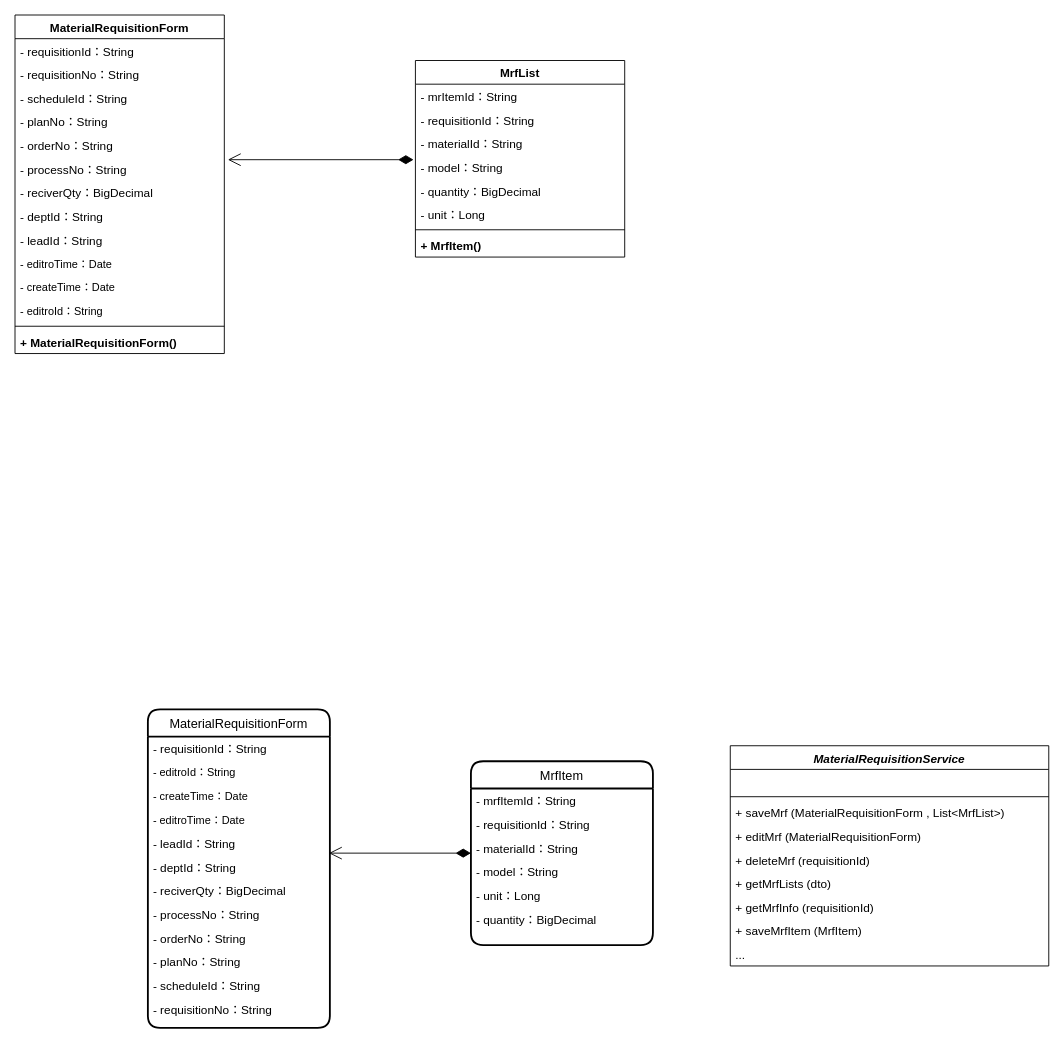
Above: page "领料单" (3 of 4) of 类图.drawio in KNAI-I/test (draw.io), before the change. Source tidied: cells renumbered, new cells numbered last; positions are measured from the earlier drawing's top-left corner, leaving out a move shared by most shapes. Both pictures are drawn from the tidied source at 91%, with x=0, y=0 at pixel (15, 15).
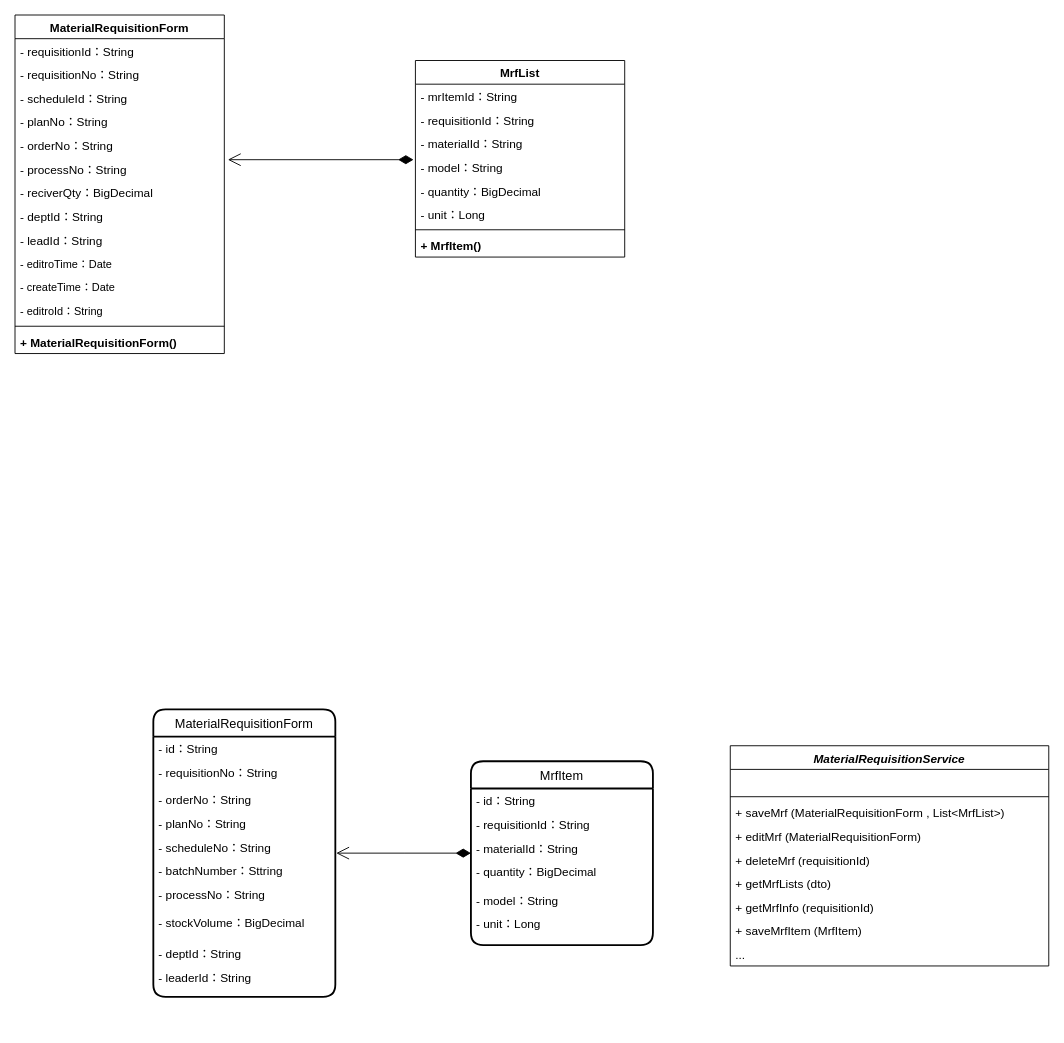
The same diagram, later.

Unchanged cells that the change refers to:
```xml
<mxCell id="40" value="MrfItem" style="swimlane;horizontal=1;startSize=30;rounded=1;fontSize=14;fontStyle=0;strokeWidth=2;shadow=0;dashed=0;align=center;" parent="1" vertex="1">
  <mxGeometry x="501" y="820" width="200" height="202" as="geometry" />
</mxCell>
```

Change to the diagram source:
```diff
@@
     <mxCell id="27" value="MaterialRequisitionForm" style="swimlane;horizontal=1;startSize=30;rounded=1;fontSize=14;fontStyle=0;strokeWidth=2;shadow=0;dashed=0;align=center;" parent="1" vertex="1">
-      <mxGeometry x="146" y="763" width="200" height="350" as="geometry" />
+      <mxGeometry x="152" y="763" width="200" height="316" as="geometry" />
     </mxCell>
-    <mxCell id="28" value="- requisitionId：String" style="text;strokeColor=none;fillColor=none;align=left;verticalAlign=top;spacingLeft=4;spacingRight=4;overflow=hidden;fontSize=13;" parent="27" vertex="1">
+    <mxCell id="28" value="- id：String" style="text;strokeColor=none;fillColor=none;align=left;verticalAlign=top;spacingLeft=4;spacingRight=4;overflow=hidden;fontSize=13;" parent="27" vertex="1">
       <mxGeometry y="30" width="200" height="26" as="geometry" />
     </mxCell>
-    <mxCell id="29" value="- editroId：String" style="text;strokeColor=none;fillColor=none;align=left;verticalAlign=top;spacingLeft=4;spacingRight=4;overflow=hidden;" parent="27" vertex="1">
-      <mxGeometry y="56" width="200" height="26" as="geometry" />
-    </mxCell>
-    <mxCell id="30" value="- createTime：Date" style="text;strokeColor=none;fillColor=none;align=left;verticalAlign=top;spacingLeft=4;spacingRight=4;overflow=hidden;" parent="27" vertex="1">
-      <mxGeometry y="82" width="200" height="26" as="geometry" />
-    </mxCell>
-    <mxCell id="31" value="- editroTime：Date" style="text;strokeColor=none;fillColor=none;align=left;verticalAlign=top;spacingLeft=4;spacingRight=4;overflow=hidden;" parent="27" vertex="1">
-      <mxGeometry y="108" width="200" height="26" as="geometry" />
-    </mxCell>
-    <mxCell id="32" value="- leadId：String" style="text;strokeColor=none;fillColor=none;align=left;verticalAlign=top;spacingLeft=4;spacingRight=4;overflow=hidden;fontSize=13;" parent="27" vertex="1">
-      <mxGeometry y="134" width="200" height="26" as="geometry" />
-    </mxCell>
-    <mxCell id="33" value="- deptId：String" style="text;strokeColor=none;fillColor=none;align=left;verticalAlign=top;spacingLeft=4;spacingRight=4;overflow=hidden;points=[[0,0.5],[1,0.5]];portConstraint=eastwest;fontSize=13;" parent="27" vertex="1">
-      <mxGeometry y="160" width="200" height="26" as="geometry" />
-    </mxCell>
-    <mxCell id="34" value="- reciverQty：BigDecimal" style="text;strokeColor=none;fillColor=none;align=left;verticalAlign=top;spacingLeft=4;spacingRight=4;overflow=hidden;fontSize=13;" parent="27" vertex="1">
-      <mxGeometry y="186" width="200" height="26" as="geometry" />
-    </mxCell>
-    <mxCell id="35" value="- processNo：String" style="text;strokeColor=none;fillColor=none;align=left;verticalAlign=top;spacingLeft=4;spacingRight=4;overflow=hidden;fontSize=13;" parent="27" vertex="1">
-      <mxGeometry y="212" width="200" height="26" as="geometry" />
-    </mxCell>
+    <mxCell id="39" value="- requisitionNo：String" style="text;strokeColor=none;fillColor=none;align=left;verticalAlign=top;spacingLeft=4;spacingRight=4;overflow=hidden;fontSize=13;" parent="27" vertex="1">
+      <mxGeometry y="56" width="200" height="30" as="geometry" />
+    </mxCell>
     <mxCell id="36" value="- orderNo：String" style="text;strokeColor=none;fillColor=none;align=left;verticalAlign=top;spacingLeft=4;spacingRight=4;overflow=hidden;fontSize=13;" parent="27" vertex="1">
-      <mxGeometry y="238" width="200" height="26" as="geometry" />
+      <mxGeometry y="86" width="200" height="26" as="geometry" />
     </mxCell>
     <mxCell id="37" value="- planNo：String" style="text;strokeColor=none;fillColor=none;align=left;verticalAlign=top;spacingLeft=4;spacingRight=4;overflow=hidden;fontSize=13;" parent="27" vertex="1">
-      <mxGeometry y="264" width="200" height="26" as="geometry" />
+      <mxGeometry y="112" width="200" height="26" as="geometry" />
     </mxCell>
-    <mxCell id="38" value="- scheduleId：String" style="text;strokeColor=none;fillColor=none;align=left;verticalAlign=top;spacingLeft=4;spacingRight=4;overflow=hidden;fontSize=13;" parent="27" vertex="1">
-      <mxGeometry y="290" width="200" height="26" as="geometry" />
+    <mxCell id="38" value="- scheduleNo：String" style="text;strokeColor=none;fillColor=none;align=left;verticalAlign=top;spacingLeft=4;spacingRight=4;overflow=hidden;fontSize=13;" parent="27" vertex="1">
+      <mxGeometry y="138" width="200" height="26" as="geometry" />
     </mxCell>
-    <mxCell id="39" value="- requisitionNo：String" style="text;strokeColor=none;fillColor=none;align=left;verticalAlign=top;spacingLeft=4;spacingRight=4;overflow=hidden;fontSize=13;" parent="27" vertex="1">
-      <mxGeometry y="316" width="200" height="34" as="geometry" />
-    </mxCell>
+    <mxCell id="58" value="- batchNumber：Sttring" style="text;strokeColor=none;fillColor=none;align=left;verticalAlign=top;spacingLeft=4;spacingRight=4;overflow=hidden;fontSize=13;" parent="27" vertex="1">
+      <mxGeometry y="164" width="200" height="26" as="geometry" />
+    </mxCell>
+    <mxCell id="35" value="- processNo：String" style="text;strokeColor=none;fillColor=none;align=left;verticalAlign=top;spacingLeft=4;spacingRight=4;overflow=hidden;fontSize=13;" parent="27" vertex="1">
+      <mxGeometry y="190" width="200" height="31" as="geometry" />
+    </mxCell>
+    <mxCell id="34" value="- stockVolume：BigDecimal" style="text;strokeColor=none;fillColor=none;align=left;verticalAlign=top;spacingLeft=4;spacingRight=4;overflow=hidden;fontSize=13;" parent="27" vertex="1">
+      <mxGeometry y="221" width="200" height="34" as="geometry" />
+    </mxCell>
+    <mxCell id="33" value="- deptId：String" style="text;strokeColor=none;fillColor=none;align=left;verticalAlign=top;spacingLeft=4;spacingRight=4;overflow=hidden;points=[[0,0.5],[1,0.5]];portConstraint=eastwest;fontSize=13;" parent="27" vertex="1">
+      <mxGeometry y="255" width="200" height="26" as="geometry" />
+    </mxCell>
+    <mxCell id="32" value="- leaderId：String" style="text;strokeColor=none;fillColor=none;align=left;verticalAlign=top;spacingLeft=4;spacingRight=4;overflow=hidden;fontSize=13;" parent="27" vertex="1">
+      <mxGeometry y="281" width="200" height="35" as="geometry" />
+    </mxCell>
@@
-    <mxCell id="41" value="- mrfItemId：String" style="text;strokeColor=none;fillColor=none;align=left;verticalAlign=top;spacingLeft=4;spacingRight=4;overflow=hidden;fontSize=13;" parent="40" vertex="1">
+    <mxCell id="41" value="- id：String" style="text;strokeColor=none;fillColor=none;align=left;verticalAlign=top;spacingLeft=4;spacingRight=4;overflow=hidden;fontSize=13;" parent="40" vertex="1">
       <mxGeometry y="30" width="200" height="26" as="geometry" />
     </mxCell>
@@
+    <mxCell id="46" value="- quantity：BigDecimal" style="text;strokeColor=none;fillColor=none;align=left;verticalAlign=top;spacingLeft=4;spacingRight=4;overflow=hidden;fontSize=13;" parent="40" vertex="1">
+      <mxGeometry y="108" width="200" height="31" as="geometry" />
+    </mxCell>
     <mxCell id="44" value="- model：String" style="text;strokeColor=none;fillColor=none;align=left;verticalAlign=top;spacingLeft=4;spacingRight=4;overflow=hidden;fontSize=13;" parent="40" vertex="1">
-      <mxGeometry y="108" width="200" height="26" as="geometry" />
+      <mxGeometry y="139" width="200" height="26" as="geometry" />
     </mxCell>
     <mxCell id="45" value="- unit：Long" style="text;strokeColor=none;fillColor=none;align=left;verticalAlign=top;spacingLeft=4;spacingRight=4;overflow=hidden;fontSize=13;" parent="40" vertex="1">
-      <mxGeometry y="134" width="200" height="26" as="geometry" />
+      <mxGeometry y="165" width="200" height="37" as="geometry" />
     </mxCell>
-    <mxCell id="46" value="- quantity：BigDecimal" style="text;strokeColor=none;fillColor=none;align=left;verticalAlign=top;spacingLeft=4;spacingRight=4;overflow=hidden;fontSize=13;" parent="40" vertex="1">
-      <mxGeometry y="160" width="200" height="42" as="geometry" />
-    </mxCell>
-    <mxCell id="47" style="endArrow=open;html=1;endSize=12;startArrow=diamondThin;startSize=14;startFill=1;edgeStyle=orthogonalEdgeStyle;align=left;verticalAlign=bottom;rounded=0;fontSize=13;entryX=0.995;entryY=-0.077;entryDx=0;entryDy=0;entryPerimeter=0;exitX=0;exitY=0.5;exitDx=0;exitDy=0;" parent="1" edge="1" source="40" target="33">
-      <mxGeometry x="-0.73" relative="1" as="geometry" />
+    <mxCell id="47" style="endArrow=open;html=1;endSize=12;startArrow=diamondThin;startSize=14;startFill=1;edgeStyle=orthogonalEdgeStyle;align=left;verticalAlign=bottom;rounded=0;fontSize=13;exitX=0;exitY=0.5;exitDx=0;exitDy=0;" parent="1" edge="1" source="40">
+      <mxGeometry x="-0.73" relative="1" as="geometry">
+        <mxPoint x="353" y="921" as="targetPoint" />
+      </mxGeometry>
     </mxCell>
```
